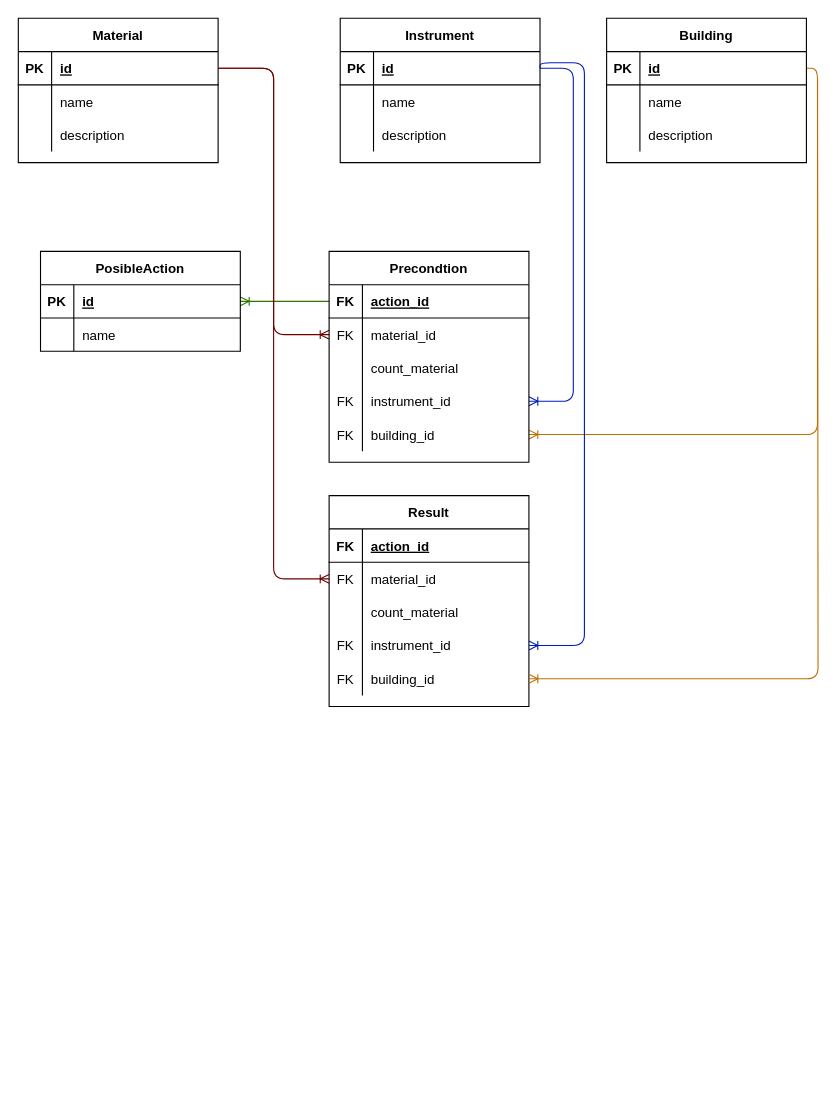
Earlier version of the draw.io diagram docs/ER-IPA.drawio (DieNice/Intelligent-planning-Apoikismos). Source tidied: cells renumbered, new cells numbered last; positions are measured from the earlier drawing's top-left corner, leaving out a move shared by most shapes. Both pictures are drawn from the tidied source at 111%, with x=0, y=0 at pixel (18, 18).
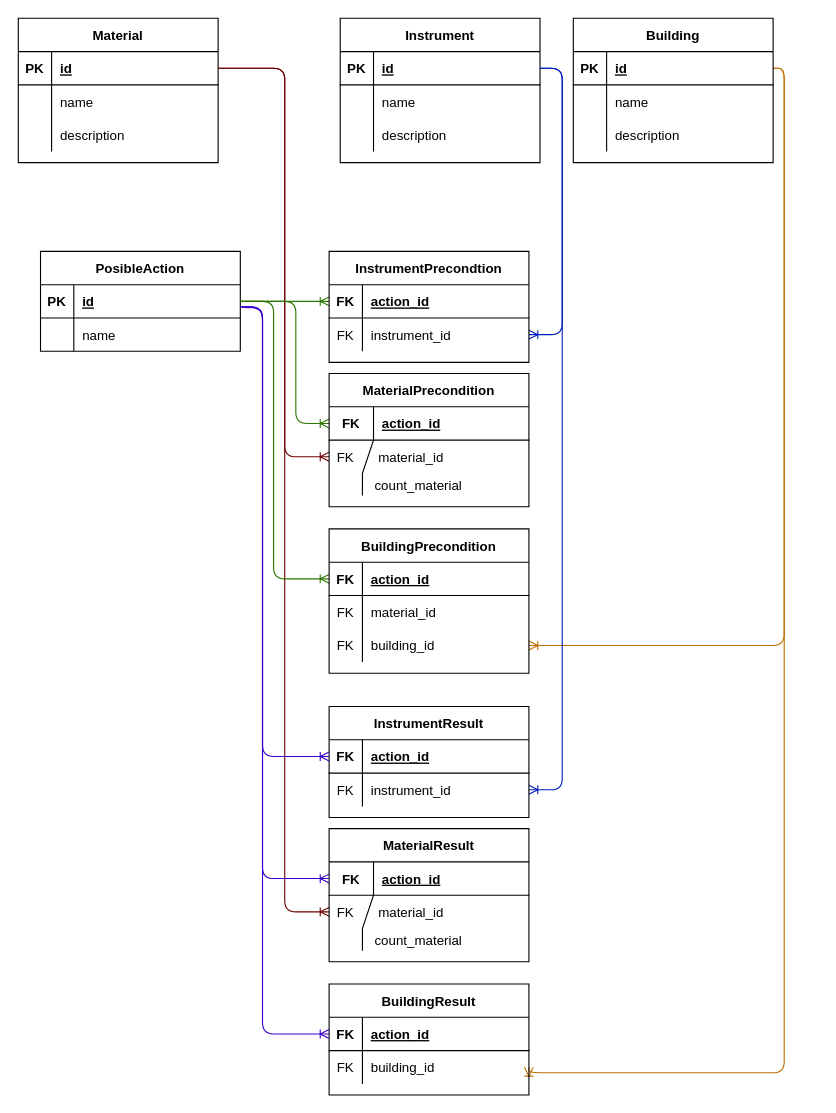
Above is the later version.

Commit message (it also covers changes not shown here):
redesigned models schema; rewrite get_possible_actions_all query;

Unchanged cells that the change refers to:
```xml
<mxCell id="7" style="shape=partialRectangle;fillColor=none;top=0;left=0;bottom=1;right=0;points=[[0,0.5],[1,0.5]];portConstraint=eastwest;" parent="6" vertex="1">
  <mxGeometry y="30" width="180" height="30" as="geometry" />
</mxCell>
<mxCell id="14" style="shape=partialRectangle;fillColor=none;top=0;left=0;bottom=1;right=0;points=[[0,0.5],[1,0.5]];portConstraint=eastwest;" parent="13" vertex="1">
  <mxGeometry y="30" width="180" height="30" as="geometry" />
</mxCell>
<mxCell id="24" style="shape=partialRectangle;fillColor=none;top=0;left=0;bottom=1;right=0;points=[[0,0.5],[1,0.5]];portConstraint=eastwest;" parent="23" vertex="1">
  <mxGeometry y="30" width="180" height="30" as="geometry" />
</mxCell>
<mxCell id="34" style="shape=partialRectangle;fillColor=none;top=0;left=0;bottom=1;right=0;points=[[0,0.5],[1,0.5]];portConstraint=eastwest;" parent="33" vertex="1">
  <mxGeometry y="30" width="180" height="30" as="geometry" />
</mxCell>
<mxCell id="50" style="shape=partialRectangle;fillColor=none;top=0;left=0;bottom=1;right=0;points=[[0,0.5],[1,0.5]];portConstraint=eastwest;" parent="49" vertex="1">
  <mxGeometry y="30" width="180" height="30" as="geometry" />
</mxCell>
<mxCell id="60" style="shape=partialRectangle;fillColor=none;top=0;left=0;bottom=1;right=0;points=[[0,0.5],[1,0.5]];portConstraint=eastwest;" parent="59" vertex="1">
  <mxGeometry y="30" width="180" height="30" as="geometry" />
</mxCell>
<mxCell id="63" style="shape=partialRectangle;fillColor=none;top=0;left=0;bottom=0;right=0;points=[[0,0.5],[1,0.5]];portConstraint=eastwest;" parent="59" vertex="1">
  <mxGeometry y="60" width="180" height="30" as="geometry" />
</mxCell>
```

What changed in the source:
```diff
@@
-    <mxCell id="2" style="fontSize=12;html=1;endArrow=ERoneToMany;exitX=0;exitY=0.5;exitDx=0;exitDy=0;entryX=1;entryY=0.5;entryDx=0;entryDy=0;fillColor=#60a917;strokeColor=#2D7600;" parent="1" edge="1" source="34" target="7">
+    <mxCell id="2" style="fontSize=12;html=1;endArrow=ERoneToMany;exitX=1;exitY=0.5;exitDx=0;exitDy=0;fillColor=#60a917;strokeColor=#2D7600;entryX=0;entryY=0.5;entryDx=0;entryDy=0;" parent="1" edge="1" source="7" target="34">
       <mxGeometry relative="1" as="geometry" />
     </mxCell>
-    <mxCell id="3" style="edgeStyle=orthogonalEdgeStyle;fontSize=12;html=1;endArrow=ERoneToMany;exitX=1;exitY=0.5;exitDx=0;exitDy=0;entryX=0;entryY=0.5;entryDx=0;entryDy=0;fillColor=#a20025;strokeColor=#6F0000;" parent="1" edge="1" source="14" target="37">
-      <mxGeometry relative="1" as="geometry" />
+    <mxCell id="3" style="edgeStyle=orthogonalEdgeStyle;fontSize=12;html=1;endArrow=ERoneToMany;exitX=1;exitY=0.5;exitDx=0;exitDy=0;fillColor=#a20025;strokeColor=#6F0000;entryX=0;entryY=0.5;entryDx=0;entryDy=0;" parent="1" edge="1" source="14" target="83">
+      <mxGeometry relative="1" as="geometry">
+        <Array as="points">
+          <mxPoint x="240" y="45" />
+          <mxPoint x="240" y="395" />
+        </Array>
+      </mxGeometry>
     </mxCell>
-    <mxCell id="4" style="edgeStyle=orthogonalEdgeStyle;fontSize=12;html=1;endArrow=ERoneToMany;exitX=1;exitY=0.5;exitDx=0;exitDy=0;entryX=1;entryY=0.5;entryDx=0;entryDy=0;fillColor=#0050ef;strokeColor=#001DBC;" parent="1" edge="1" source="24" target="43">
+    <mxCell id="4" style="edgeStyle=orthogonalEdgeStyle;fontSize=12;html=1;endArrow=ERoneToMany;exitX=1;exitY=0.5;exitDx=0;exitDy=0;fillColor=#0050ef;strokeColor=#001DBC;entryX=1;entryY=0.5;entryDx=0;entryDy=0;" parent="1" edge="1" source="24" target="43">
       <mxGeometry relative="1" as="geometry">
         <Array as="points">
-          <mxPoint x="500" y="45" />
-          <mxPoint x="500" y="345" />
+          <mxPoint x="490" y="45" />
+          <mxPoint x="490" y="285" />
         </Array>
       </mxGeometry>
     </mxCell>
-    <mxCell id="5" style="edgeStyle=orthogonalEdgeStyle;fontSize=12;html=1;endArrow=ERoneToMany;entryX=1;entryY=0.5;entryDx=0;entryDy=0;exitX=1;exitY=0.5;exitDx=0;exitDy=0;fillColor=#f0a30a;strokeColor=#BD7000;" parent="1" edge="1" source="50" target="46">
+    <mxCell id="5" style="edgeStyle=orthogonalEdgeStyle;fontSize=12;html=1;endArrow=ERoneToMany;exitX=1;exitY=0.5;exitDx=0;exitDy=0;fillColor=#f0a30a;strokeColor=#BD7000;" parent="1" edge="1" source="50" target="72">
       <mxGeometry relative="1" as="geometry" />
     </mxCell>
@@
-    <mxCell id="33" value="Precondtion" style="shape=table;startSize=30;childLayout=tableLayout;rowLines=0;fontStyle=1;align=center;" parent="1" vertex="1">
-      <mxGeometry x="280" y="210" width="180" height="190" as="geometry" />
+    <mxCell id="33" value="InstrumentPrecondtion" style="shape=table;startSize=30;childLayout=tableLayout;rowLines=0;fontStyle=1;align=center;" parent="1" vertex="1">
+      <mxGeometry x="280" y="210" width="180" height="100" as="geometry" />
     </mxCell>
@@
-    <mxCell id="37" style="shape=partialRectangle;fillColor=none;top=0;left=0;bottom=0;right=0;points=[[0,0.5],[1,0.5]];portConstraint=eastwest;" parent="33" vertex="1">
-      <mxGeometry y="60" width="180" height="30" as="geometry" />
-    </mxCell>
-    <mxCell id="38" value="FK" style="shape=partialRectangle;fillColor=none;top=0;left=0;bottom=0;right=0;fontStyle=0;overflow=hidden;" parent="37" vertex="1">
-      <mxGeometry width="30" height="30" as="geometry" />
-    </mxCell>
-    <mxCell id="39" value="material_id" style="shape=partialRectangle;fillColor=none;top=0;left=0;bottom=0;right=0;align=left;spacingLeft=6;fontStyle=0;overflow=hidden;" parent="37" vertex="1">
-      <mxGeometry x="30" width="150" height="30" as="geometry" />
-    </mxCell>
-    <mxCell id="40" style="shape=partialRectangle;fillColor=none;top=0;left=0;bottom=0;right=0;" parent="33" vertex="1">
-      <mxGeometry y="90" width="180" height="30" as="geometry" />
-    </mxCell>
-    <mxCell id="41" style="shape=partialRectangle;fillColor=none;top=0;left=0;bottom=0;right=0;overflow=hidden;" parent="40" vertex="1">
-      <mxGeometry width="30" height="30" as="geometry" />
-    </mxCell>
-    <mxCell id="42" value="count_material" style="shape=partialRectangle;fillColor=none;top=0;left=0;bottom=0;right=0;align=left;spacingLeft=6;overflow=hidden;" parent="40" vertex="1">
-      <mxGeometry x="30" width="150" height="30" as="geometry" />
-    </mxCell>
     <mxCell id="43" style="shape=partialRectangle;fillColor=none;top=0;left=0;bottom=0;right=0;points=[[0,0.5],[1,0.5]];portConstraint=eastwest;" parent="33" vertex="1">
-      <mxGeometry y="120" width="180" height="30" as="geometry" />
+      <mxGeometry y="60" width="180" height="30" as="geometry" />
     </mxCell>
@@
-    <mxCell id="46" style="shape=partialRectangle;fillColor=none;top=0;left=0;bottom=0;right=0;points=[[0,0.5],[1,0.5]];portConstraint=eastwest;" parent="33" vertex="1">
-      <mxGeometry y="150" width="180" height="30" as="geometry" />
-    </mxCell>
-    <mxCell id="47" value="FK" style="shape=partialRectangle;fillColor=none;top=0;left=0;bottom=0;right=0;fontStyle=0;overflow=hidden;" parent="46" vertex="1">
-      <mxGeometry width="30" height="30" as="geometry" />
-    </mxCell>
-    <mxCell id="48" value="building_id" style="shape=partialRectangle;fillColor=none;top=0;left=0;bottom=0;right=0;align=left;spacingLeft=6;fontStyle=0;overflow=hidden;" parent="46" vertex="1">
-      <mxGeometry x="30" width="150" height="30" as="geometry" />
-    </mxCell>
+    <mxCell id="75" style="edgeStyle=orthogonalEdgeStyle;fontSize=12;html=1;endArrow=ERoneToMany;exitX=1;exitY=0.5;exitDx=0;exitDy=0;fillColor=#a20025;strokeColor=#6F0000;" parent="1" edge="1" source="14" target="100">
+      <mxGeometry relative="1" as="geometry">
+        <Array as="points">
+          <mxPoint x="240" y="45" />
+          <mxPoint x="240" y="805" />
+        </Array>
+      </mxGeometry>
+    </mxCell>
+    <mxCell id="76" style="edgeStyle=orthogonalEdgeStyle;fontSize=12;html=1;endArrow=ERoneToMany;exitX=1;exitY=0.5;exitDx=0;exitDy=0;fillColor=#0050ef;strokeColor=#001DBC;entryX=1;entryY=0.5;entryDx=0;entryDy=0;" parent="1" edge="1" source="24" target="94">
+      <mxGeometry relative="1" as="geometry">
+        <Array as="points">
+          <mxPoint x="490" y="45" />
+          <mxPoint x="490" y="695" />
+        </Array>
+      </mxGeometry>
+    </mxCell>
+    <mxCell id="77" style="edgeStyle=orthogonalEdgeStyle;fontSize=12;html=1;endArrow=ERoneToMany;exitX=1;exitY=0.5;exitDx=0;exitDy=0;fillColor=#f0a30a;strokeColor=#BD7000;entryX=1;entryY=0.5;entryDx=0;entryDy=0;" parent="1" edge="1" source="50" target="110">
+      <mxGeometry relative="1" as="geometry">
+        <Array as="points">
+          <mxPoint x="690" y="45" />
+          <mxPoint x="690" y="950" />
+          <mxPoint x="460" y="950" />
+        </Array>
+      </mxGeometry>
+    </mxCell>
+    <mxCell id="78" style="fontSize=12;html=1;endArrow=ERoneToMany;exitX=1;exitY=0.5;exitDx=0;exitDy=0;fillColor=#60a917;strokeColor=#2D7600;entryX=0;entryY=0.5;entryDx=0;entryDy=0;" parent="1" edge="1" source="7" target="80">
+      <mxGeometry relative="1" as="geometry">
+        <Array as="points">
+          <mxPoint x="250" y="255" />
+          <mxPoint x="250" y="365" />
+        </Array>
+      </mxGeometry>
+    </mxCell>
+    <mxCell id="79" value="MaterialPrecondition" style="shape=table;startSize=30;childLayout=tableLayout;rowLines=0;fontStyle=1;align=center;" parent="1" vertex="1">
+      <mxGeometry x="280" y="320" width="180" height="120" as="geometry" />
+    </mxCell>
+    <mxCell id="80" style="shape=partialRectangle;fillColor=none;top=0;left=0;bottom=1;right=0;points=[[0,0.5],[1,0.5]];portConstraint=eastwest;" parent="79" vertex="1">
+      <mxGeometry y="30" width="180" height="30" as="geometry" />
+    </mxCell>
+    <mxCell id="81" value="FK" style="shape=partialRectangle;fillColor=none;top=0;left=0;bottom=0;right=0;fontStyle=1;overflow=hidden;" parent="80" vertex="1">
+      <mxGeometry width="40" height="30" as="geometry" />
+    </mxCell>
+    <mxCell id="82" value="action_id" style="shape=partialRectangle;fillColor=none;top=0;left=0;bottom=0;right=0;align=left;spacingLeft=6;fontStyle=5;overflow=hidden;" parent="80" vertex="1">
+      <mxGeometry x="40" width="140" height="30" as="geometry" />
+    </mxCell>
+    <mxCell id="83" style="shape=partialRectangle;fillColor=none;top=0;left=0;bottom=0;right=0;points=[[0,0.5],[1,0.5]];portConstraint=eastwest;" parent="79" vertex="1">
+      <mxGeometry y="60" width="180" height="30" as="geometry" />
+    </mxCell>
+    <mxCell id="84" value="FK" style="shape=partialRectangle;fillColor=none;top=0;left=0;bottom=0;right=0;fontStyle=0;overflow=hidden;" parent="83" vertex="1">
+      <mxGeometry width="30" height="30" as="geometry" />
+    </mxCell>
+    <mxCell id="85" value="  material_id" style="shape=partialRectangle;fillColor=none;top=0;left=0;bottom=0;right=0;align=left;spacingLeft=6;fontStyle=0;overflow=hidden;" parent="83" vertex="1">
+      <mxGeometry x="30" width="150" height="30" as="geometry" />
+    </mxCell>
+    <mxCell id="86" style="shape=partialRectangle;fillColor=none;top=0;left=0;bottom=0;right=0;" parent="79" vertex="1">
+      <mxGeometry y="90" width="180" height="20" as="geometry" />
+    </mxCell>
+    <mxCell id="87" style="shape=partialRectangle;fillColor=none;top=0;left=0;bottom=0;right=0;fontStyle=0;overflow=hidden;" parent="86" vertex="1">
+      <mxGeometry width="30" height="20" as="geometry" />
+    </mxCell>
+    <mxCell id="88" value=" count_material" style="shape=partialRectangle;fillColor=none;top=0;left=0;bottom=0;right=0;align=left;spacingLeft=6;fontStyle=0;overflow=hidden;" parent="86" vertex="1">
+      <mxGeometry x="30" width="150" height="20" as="geometry" />
+    </mxCell>
+    <mxCell id="89" style="fontSize=12;html=1;endArrow=ERoneToMany;exitX=1;exitY=0.5;exitDx=0;exitDy=0;fillColor=#60a917;strokeColor=#2D7600;entryX=0;entryY=0.5;entryDx=0;entryDy=0;" parent="1" edge="1" source="7" target="60">
+      <mxGeometry relative="1" as="geometry">
+        <Array as="points">
+          <mxPoint x="230" y="255" />
+          <mxPoint x="230" y="505" />
+        </Array>
+      </mxGeometry>
+    </mxCell>
     <mxCell id="49" value="Building" style="shape=table;startSize=30;childLayout=tableLayout;rowLines=0;fontStyle=1;align=center;" parent="1" vertex="1">
-      <mxGeometry x="530" width="180" height="130" as="geometry" />
+      <mxGeometry x="500" width="180" height="130" as="geometry" />
     </mxCell>
@@
-    <mxCell id="59" value="Result" style="shape=table;startSize=30;childLayout=tableLayout;rowLines=0;fontStyle=1;align=center;" parent="1" vertex="1">
-      <mxGeometry x="280" y="430" width="180" height="190" as="geometry" />
+    <mxCell id="59" value="BuildingPrecondition" style="shape=table;startSize=30;childLayout=tableLayout;rowLines=0;fontStyle=1;align=center;" parent="1" vertex="1">
+      <mxGeometry x="280" y="460" width="180" height="130" as="geometry" />
     </mxCell>
@@
-    <mxCell id="66" style="shape=partialRectangle;fillColor=none;top=0;left=0;bottom=0;right=0;" parent="59" vertex="1">
-      <mxGeometry y="90" width="180" height="30" as="geometry" />
-    </mxCell>
-    <mxCell id="67" style="shape=partialRectangle;fillColor=none;top=0;left=0;bottom=0;right=0;overflow=hidden;" parent="66" vertex="1">
-      <mxGeometry width="30" height="30" as="geometry" />
-    </mxCell>
-    <mxCell id="68" value="count_material" style="shape=partialRectangle;fillColor=none;top=0;left=0;bottom=0;right=0;align=left;spacingLeft=6;overflow=hidden;" parent="66" vertex="1">
-      <mxGeometry x="30" width="150" height="30" as="geometry" />
-    </mxCell>
-    <mxCell id="69" style="shape=partialRectangle;fillColor=none;top=0;left=0;bottom=0;right=0;points=[[0,0.5],[1,0.5]];portConstraint=eastwest;" parent="59" vertex="1">
-      <mxGeometry y="120" width="180" height="30" as="geometry" />
-    </mxCell>
-    <mxCell id="70" value="FK" style="shape=partialRectangle;fillColor=none;top=0;left=0;bottom=0;right=0;fontStyle=0;overflow=hidden;" parent="69" vertex="1">
-      <mxGeometry width="30" height="30" as="geometry" />
-    </mxCell>
-    <mxCell id="71" value="instrument_id" style="shape=partialRectangle;fillColor=none;top=0;left=0;bottom=0;right=0;align=left;spacingLeft=6;fontStyle=0;overflow=hidden;" parent="69" vertex="1">
-      <mxGeometry x="30" width="150" height="30" as="geometry" />
-    </mxCell>
     <mxCell id="72" style="shape=partialRectangle;fillColor=none;top=0;left=0;bottom=0;right=0;points=[[0,0.5],[1,0.5]];portConstraint=eastwest;" parent="59" vertex="1">
-      <mxGeometry y="150" width="180" height="30" as="geometry" />
+      <mxGeometry y="90" width="180" height="30" as="geometry" />
     </mxCell>
@@
-    <mxCell id="75" style="edgeStyle=orthogonalEdgeStyle;fontSize=12;html=1;endArrow=ERoneToMany;exitX=1;exitY=0.5;exitDx=0;exitDy=0;entryX=0;entryY=0.5;entryDx=0;entryDy=0;fillColor=#a20025;strokeColor=#6F0000;" parent="1" edge="1" source="14" target="63">
-      <mxGeometry relative="1" as="geometry" />
-    </mxCell>
-    <mxCell id="76" style="edgeStyle=orthogonalEdgeStyle;fontSize=12;html=1;endArrow=ERoneToMany;exitX=1;exitY=0.5;exitDx=0;exitDy=0;entryX=1;entryY=0.5;entryDx=0;entryDy=0;fillColor=#0050ef;strokeColor=#001DBC;" parent="1" edge="1" source="24" target="69">
-      <mxGeometry relative="1" as="geometry">
-        <Array as="points">
-          <mxPoint x="470" y="40" />
-          <mxPoint x="510" y="40" />
-          <mxPoint x="510" y="565" />
-        </Array>
-      </mxGeometry>
-    </mxCell>
-    <mxCell id="77" style="edgeStyle=orthogonalEdgeStyle;fontSize=12;html=1;endArrow=ERoneToMany;entryX=1;entryY=0.5;entryDx=0;entryDy=0;exitX=1;exitY=0.5;exitDx=0;exitDy=0;fillColor=#f0a30a;strokeColor=#BD7000;" parent="1" edge="1" target="72">
-      <mxGeometry relative="1" as="geometry">
-        <mxPoint x="720" y="55" as="sourcePoint" />
-      </mxGeometry>
-    </mxCell>
+    <mxCell id="90" value="InstrumentResult" style="shape=table;startSize=30;childLayout=tableLayout;rowLines=0;fontStyle=1;align=center;" parent="1" vertex="1">
+      <mxGeometry x="280" y="620" width="180" height="100" as="geometry" />
+    </mxCell>
+    <mxCell id="91" style="shape=partialRectangle;fillColor=none;top=0;left=0;bottom=1;right=0;points=[[0,0.5],[1,0.5]];portConstraint=eastwest;" parent="90" vertex="1">
+      <mxGeometry y="30" width="180" height="30" as="geometry" />
+    </mxCell>
+    <mxCell id="92" value="FK" style="shape=partialRectangle;fillColor=none;top=0;left=0;bottom=0;right=0;fontStyle=1;overflow=hidden;" parent="91" vertex="1">
+      <mxGeometry width="30" height="30" as="geometry" />
+    </mxCell>
+    <mxCell id="93" value="action_id" style="shape=partialRectangle;fillColor=none;top=0;left=0;bottom=0;right=0;align=left;spacingLeft=6;fontStyle=5;overflow=hidden;" parent="91" vertex="1">
+      <mxGeometry x="30" width="150" height="30" as="geometry" />
+    </mxCell>
+    <mxCell id="94" style="shape=partialRectangle;fillColor=none;top=0;left=0;bottom=0;right=0;points=[[0,0.5],[1,0.5]];portConstraint=eastwest;" parent="90" vertex="1">
+      <mxGeometry y="60" width="180" height="30" as="geometry" />
+    </mxCell>
+    <mxCell id="95" value="FK" style="shape=partialRectangle;fillColor=none;top=0;left=0;bottom=0;right=0;fontStyle=0;overflow=hidden;" parent="94" vertex="1">
+      <mxGeometry width="30" height="30" as="geometry" />
+    </mxCell>
+    <mxCell id="71" value="instrument_id" style="shape=partialRectangle;fillColor=none;top=0;left=0;bottom=0;right=0;align=left;spacingLeft=6;fontStyle=0;overflow=hidden;" parent="94" vertex="1">
+      <mxGeometry x="30" width="150" height="30" as="geometry" />
+    </mxCell>
+    <mxCell id="96" value="MaterialResult" style="shape=table;startSize=30;childLayout=tableLayout;rowLines=0;fontStyle=1;align=center;" parent="1" vertex="1">
+      <mxGeometry x="280" y="730" width="180" height="120" as="geometry" />
+    </mxCell>
+    <mxCell id="97" style="shape=partialRectangle;fillColor=none;top=0;left=0;bottom=1;right=0;" parent="96" vertex="1">
+      <mxGeometry y="30" width="180" height="30" as="geometry" />
+    </mxCell>
+    <mxCell id="98" value="FK" style="shape=partialRectangle;fillColor=none;top=0;left=0;bottom=0;right=0;fontStyle=1;overflow=hidden;" parent="97" vertex="1">
+      <mxGeometry width="40" height="30" as="geometry" />
+    </mxCell>
+    <mxCell id="99" value="action_id" style="shape=partialRectangle;fillColor=none;top=0;left=0;bottom=0;right=0;align=left;spacingLeft=6;fontStyle=5;overflow=hidden;" parent="97" vertex="1">
+      <mxGeometry x="40" width="140" height="30" as="geometry" />
+    </mxCell>
+    <mxCell id="100" style="shape=partialRectangle;fillColor=none;top=0;left=0;bottom=0;right=0;points=[[0,0.5],[1,0.5]];portConstraint=eastwest;" parent="96" vertex="1">
+      <mxGeometry y="60" width="180" height="30" as="geometry" />
+    </mxCell>
+    <mxCell id="101" value="FK" style="shape=partialRectangle;fillColor=none;top=0;left=0;bottom=0;right=0;fontStyle=0;overflow=hidden;" parent="100" vertex="1">
+      <mxGeometry width="30" height="30" as="geometry" />
+    </mxCell>
+    <mxCell id="102" value="  material_id" style="shape=partialRectangle;fillColor=none;top=0;left=0;bottom=0;right=0;align=left;spacingLeft=6;fontStyle=0;overflow=hidden;" parent="100" vertex="1">
+      <mxGeometry x="30" width="150" height="30" as="geometry" />
+    </mxCell>
+    <mxCell id="103" style="shape=partialRectangle;fillColor=none;top=0;left=0;bottom=0;right=0;" parent="96" vertex="1">
+      <mxGeometry y="90" width="180" height="20" as="geometry" />
+    </mxCell>
+    <mxCell id="104" style="shape=partialRectangle;fillColor=none;top=0;left=0;bottom=0;right=0;fontStyle=0;overflow=hidden;" parent="103" vertex="1">
+      <mxGeometry width="30" height="20" as="geometry" />
+    </mxCell>
+    <mxCell id="105" value=" count_material" style="shape=partialRectangle;fillColor=none;top=0;left=0;bottom=0;right=0;align=left;spacingLeft=6;fontStyle=0;overflow=hidden;" parent="103" vertex="1">
+      <mxGeometry x="30" width="150" height="20" as="geometry" />
+    </mxCell>
+    <mxCell id="106" value="BuildingResult" style="shape=table;startSize=30;childLayout=tableLayout;rowLines=0;fontStyle=1;align=center;" parent="1" vertex="1">
+      <mxGeometry x="280" y="870" width="180" height="100" as="geometry" />
+    </mxCell>
+    <mxCell id="107" style="shape=partialRectangle;fillColor=none;top=0;left=0;bottom=1;right=0;points=[[0,0.5],[1,0.5]];portConstraint=eastwest;" parent="106" vertex="1">
+      <mxGeometry y="30" width="180" height="30" as="geometry" />
+    </mxCell>
+    <mxCell id="108" value="FK" style="shape=partialRectangle;fillColor=none;top=0;left=0;bottom=0;right=0;fontStyle=1;overflow=hidden;" parent="107" vertex="1">
+      <mxGeometry width="30" height="30" as="geometry" />
+    </mxCell>
+    <mxCell id="109" value="action_id" style="shape=partialRectangle;fillColor=none;top=0;left=0;bottom=0;right=0;align=left;spacingLeft=6;fontStyle=5;overflow=hidden;" parent="107" vertex="1">
+      <mxGeometry x="30" width="150" height="30" as="geometry" />
+    </mxCell>
+    <mxCell id="110" style="shape=partialRectangle;fillColor=none;top=0;left=0;bottom=0;right=0;points=[[0,0.5],[1,0.5]];portConstraint=eastwest;" parent="106" vertex="1">
+      <mxGeometry y="60" width="180" height="30" as="geometry" />
+    </mxCell>
+    <mxCell id="111" value="FK" style="shape=partialRectangle;fillColor=none;top=0;left=0;bottom=0;right=0;fontStyle=0;overflow=hidden;" parent="110" vertex="1">
+      <mxGeometry width="30" height="30" as="geometry" />
+    </mxCell>
+    <mxCell id="48" value="building_id" style="shape=partialRectangle;fillColor=none;top=0;left=0;bottom=0;right=0;align=left;spacingLeft=6;fontStyle=0;overflow=hidden;" parent="110" vertex="1">
+      <mxGeometry x="30" width="150" height="30" as="geometry" />
+    </mxCell>
+    <mxCell id="112" style="fontSize=12;html=1;endArrow=ERoneToMany;fillColor=#6a00ff;strokeColor=#3700CC;entryX=0;entryY=0.5;entryDx=0;entryDy=0;" parent="1" edge="1" target="91">
+      <mxGeometry relative="1" as="geometry">
+        <mxPoint x="200" y="260" as="sourcePoint" />
+        <Array as="points">
+          <mxPoint x="220" y="260" />
+          <mxPoint x="220" y="515" />
+          <mxPoint x="220" y="590" />
+          <mxPoint x="220" y="665" />
+        </Array>
+      </mxGeometry>
+    </mxCell>
+    <mxCell id="113" style="fontSize=12;html=1;endArrow=ERoneToMany;fillColor=#6a00ff;strokeColor=#3700CC;entryX=0;entryY=0.5;entryDx=0;entryDy=0;exitX=1.013;exitY=0.686;exitDx=0;exitDy=0;exitPerimeter=0;" parent="1" edge="1" source="7" target="107">
+      <mxGeometry relative="1" as="geometry">
+        <Array as="points">
+          <mxPoint x="220" y="261" />
+          <mxPoint x="220" y="370" />
+          <mxPoint x="220" y="760" />
+          <mxPoint x="220" y="880" />
+          <mxPoint x="220" y="915" />
+        </Array>
+      </mxGeometry>
+    </mxCell>
+    <mxCell id="114" style="fontSize=12;html=1;endArrow=ERoneToMany;fillColor=#6a00ff;strokeColor=#3700CC;entryX=0;entryY=0.5;entryDx=0;entryDy=0;" parent="1" edge="1">
+      <mxGeometry relative="1" as="geometry">
+        <mxPoint x="200" y="260" as="sourcePoint" />
+        <mxPoint x="280" y="775" as="targetPoint" />
+        <Array as="points">
+          <mxPoint x="220" y="260" />
+          <mxPoint x="220" y="370" />
+          <mxPoint x="220" y="625" />
+          <mxPoint x="220" y="700" />
+          <mxPoint x="220" y="775" />
+        </Array>
+      </mxGeometry>
+    </mxCell>
```
